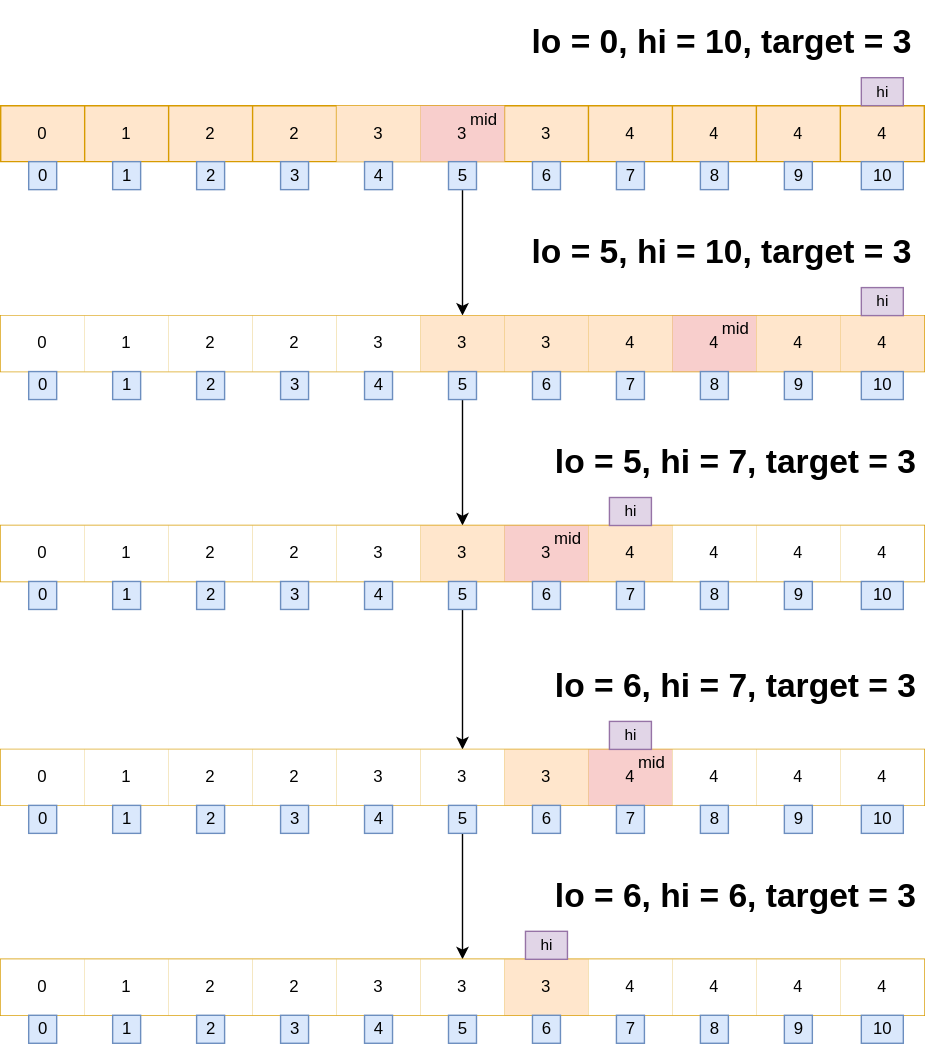
This is blog-img/二分查找最大索引.svg from fioepq9/note-img, a draw.io export, as it was before one commit. Source tidied: cells renumbered, new cells last; positions are measured from the earlier drawing's top-left corner, leaving out a move shared by most shapes.
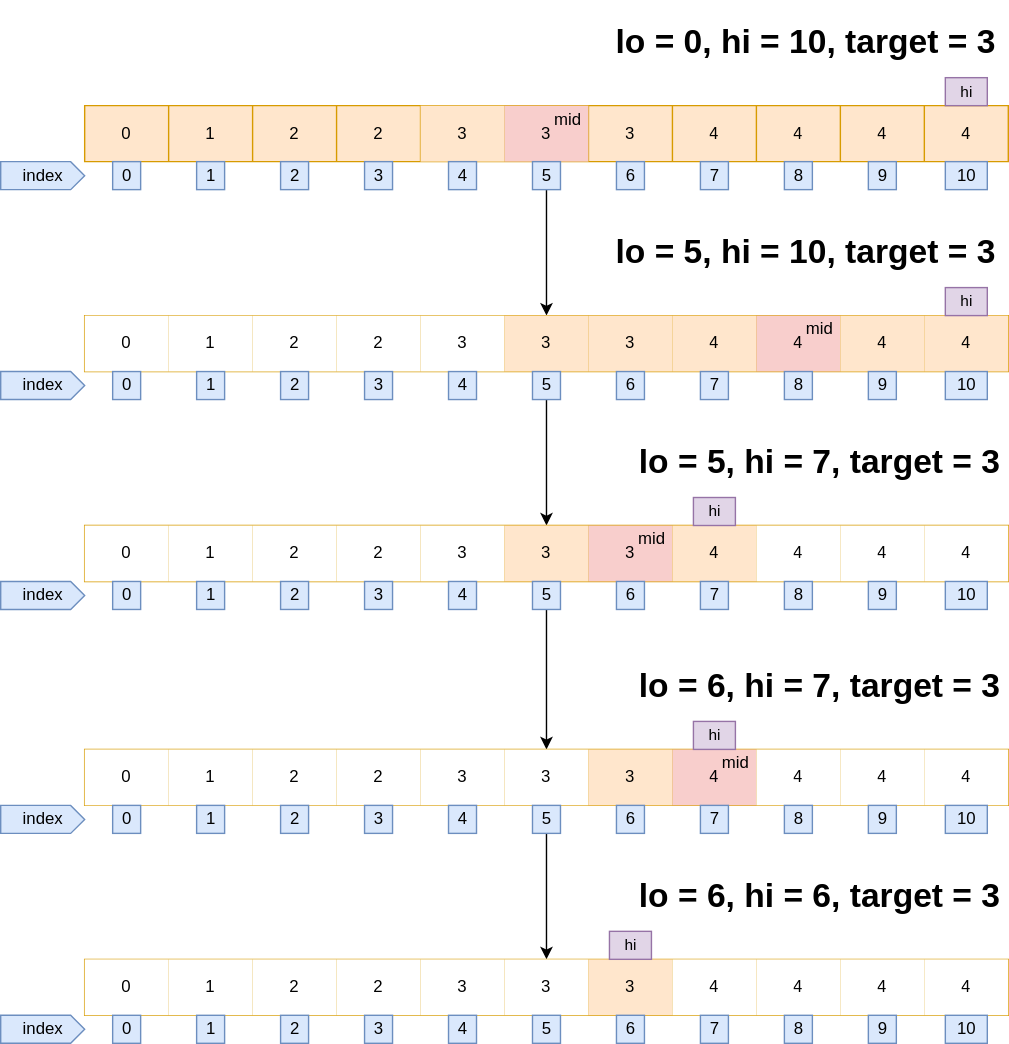
Above is the later version.

Commit message:
Update 二分查找最大索引.svg

The edit, as a diff of the source:
```diff
@@ -416,5 +416,20 @@
     <mxCell id="139" value="&lt;font color=&quot;#000000&quot;&gt;hi&lt;/font&gt;" style="text;html=1;align=center;verticalAlign=middle;strokeColor=#9673a6;fillColor=#e1d5e7;fontSize=11;" parent="1" vertex="1">
       <mxGeometry x="375" y="660" width="30" height="20" as="geometry" />
     </mxCell>
+    <mxCell id="140" value="index" style="html=1;shadow=0;dashed=0;align=center;verticalAlign=middle;shape=mxgraph.arrows2.arrow;dy=0;dx=10;notch=0;fontFamily=Helvetica;fontSize=12;strokeColor=#6c8ebf;fillColor=#dae8fc;" parent="1" vertex="1">
+      <mxGeometry x="-60" y="110" width="60" height="20" as="geometry" />
+    </mxCell>
+    <mxCell id="141" value="index" style="html=1;shadow=0;dashed=0;align=center;verticalAlign=middle;shape=mxgraph.arrows2.arrow;dy=0;dx=10;notch=0;fontFamily=Helvetica;fontSize=12;strokeColor=#6c8ebf;fillColor=#dae8fc;" parent="1" vertex="1">
+      <mxGeometry x="-60" y="260" width="60" height="20" as="geometry" />
+    </mxCell>
+    <mxCell id="142" value="index" style="html=1;shadow=0;dashed=0;align=center;verticalAlign=middle;shape=mxgraph.arrows2.arrow;dy=0;dx=10;notch=0;fontFamily=Helvetica;fontSize=12;strokeColor=#6c8ebf;fillColor=#dae8fc;" parent="1" vertex="1">
+      <mxGeometry x="-60" y="410" width="60" height="20" as="geometry" />
+    </mxCell>
+    <mxCell id="143" value="index" style="html=1;shadow=0;dashed=0;align=center;verticalAlign=middle;shape=mxgraph.arrows2.arrow;dy=0;dx=10;notch=0;fontFamily=Helvetica;fontSize=12;strokeColor=#6c8ebf;fillColor=#dae8fc;" parent="1" vertex="1">
+      <mxGeometry x="-60" y="570" width="60" height="20" as="geometry" />
+    </mxCell>
+    <mxCell id="144" value="index" style="html=1;shadow=0;dashed=0;align=center;verticalAlign=middle;shape=mxgraph.arrows2.arrow;dy=0;dx=10;notch=0;fontFamily=Helvetica;fontSize=12;strokeColor=#6c8ebf;fillColor=#dae8fc;" parent="1" vertex="1">
+      <mxGeometry x="-60" y="720" width="60" height="20" as="geometry" />
+    </mxCell>
   </root>
 </mxGraphModel>
```
